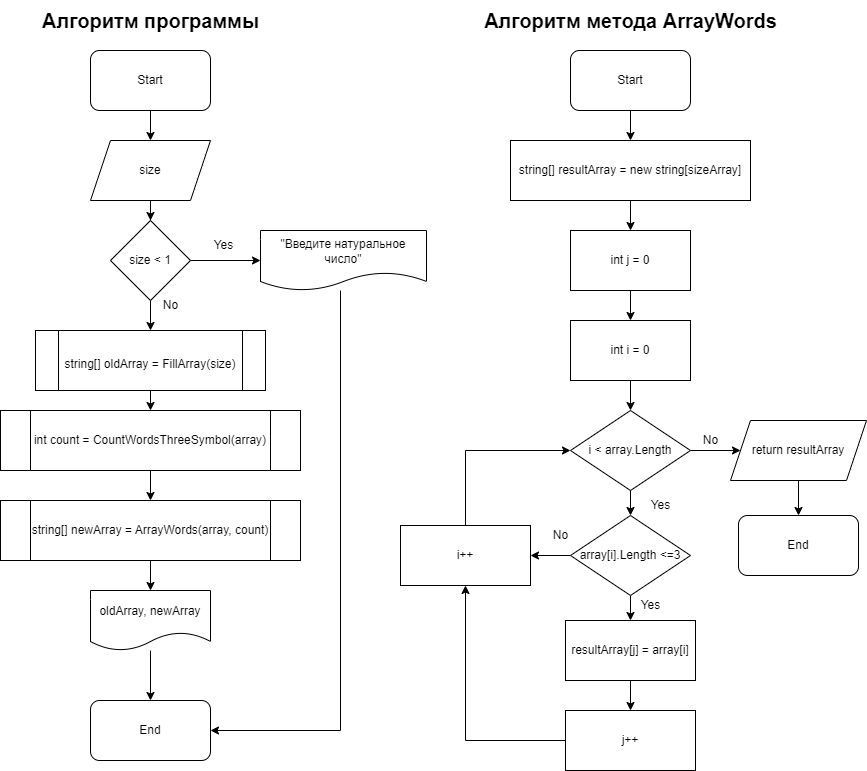
Above: Блок-схема.png in AleksandrMatveev99/ControlWork (draw.io), before the change. Source tidied: cells renumbered, new cells last; positions are measured from the earlier drawing's top-left corner, leaving out a move shared by most shapes.
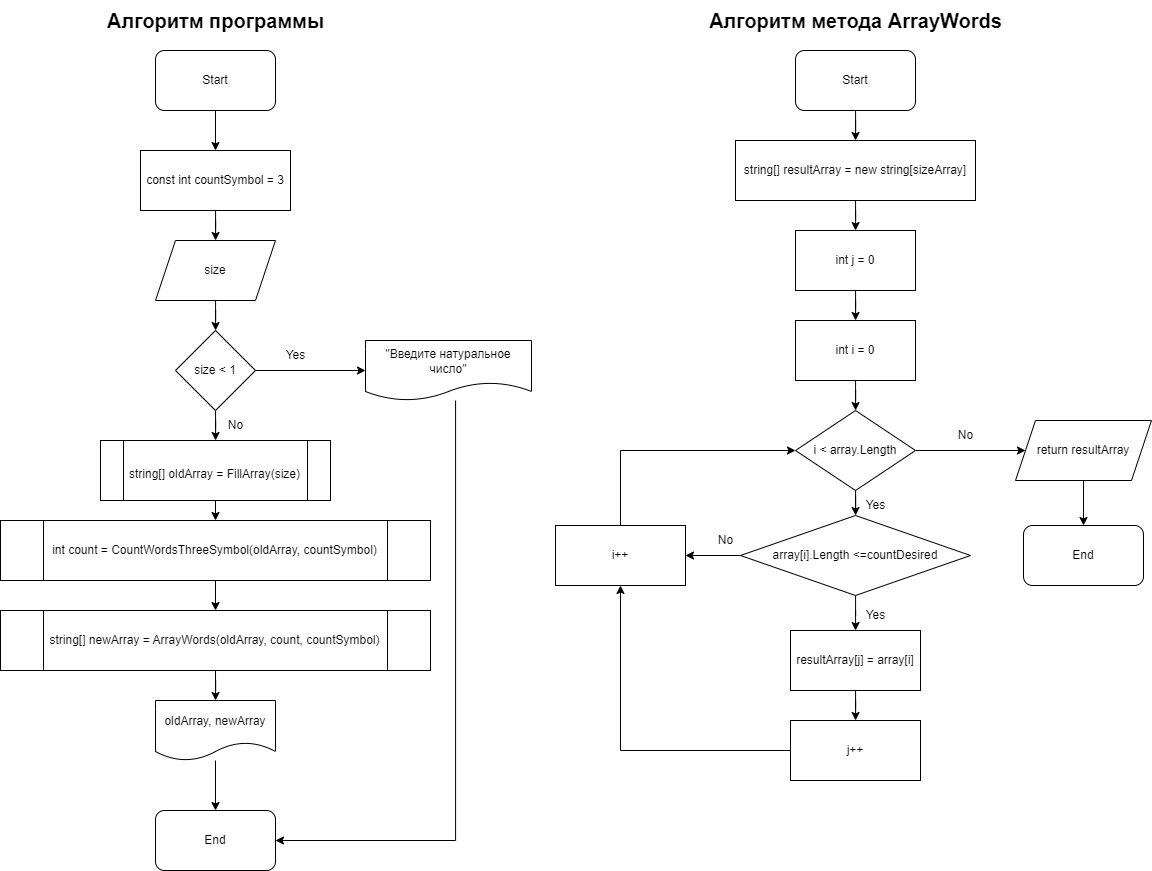
Above is the later version.

Commit message:
Последние изменения блок-схемы

Change to the diagram source:
```diff
@@ -2,97 +2,95 @@
   <root>
     <mxCell id="0" />
     <mxCell id="1" parent="0" />
-    <mxCell id="2" style="edgeStyle=orthogonalEdgeStyle;rounded=0;jettySize=auto;html=1;" parent="1" edge="1" source="3" target="5">
-      <mxGeometry relative="1" as="geometry" />
-    </mxCell>
+    <mxCell id="51" style="edgeStyle=orthogonalEdgeStyle;rounded=0;jettySize=auto;html=1;entryX=0.5;entryY=0;entryDx=0;entryDy=0;fontSize=12;" parent="1" edge="1" source="3" target="54">
+      <mxGeometry relative="1" as="geometry" />
+    </mxCell>
     <mxCell id="3" value="Start" style="rounded=1;whiteSpace=wrap;html=1;" parent="1" vertex="1">
       <mxGeometry x="90" y="50" width="120" height="60" as="geometry" />
     </mxCell>
-    <mxCell id="4" style="edgeStyle=orthogonalEdgeStyle;rounded=0;jettySize=auto;html=1;" parent="1" edge="1" source="5" target="9">
+    <mxCell id="4" style="edgeStyle=orthogonalEdgeStyle;rounded=0;jettySize=auto;html=1;fontSize=12;" parent="1" edge="1" source="5" target="9">
       <mxGeometry relative="1" as="geometry" />
     </mxCell>
     <mxCell id="5" value="size" style="shape=parallelogram;perimeter=parallelogramPerimeter;whiteSpace=wrap;html=1;fixedSize=1;" parent="1" vertex="1">
-      <mxGeometry x="90" y="140" width="120" height="60" as="geometry" />
+      <mxGeometry x="90" y="240" width="120" height="60" as="geometry" />
     </mxCell>
     <mxCell id="6" style="edgeStyle=orthogonalEdgeStyle;rounded=0;orthogonalLoop=1;jettySize=auto;html=1;" parent="1" edge="1">
       <mxGeometry relative="1" as="geometry">
-        <mxPoint x="150" y="390" as="sourcePoint" />
-        <mxPoint x="150" y="410" as="targetPoint" />
+        <mxPoint x="150" y="500" as="sourcePoint" />
+        <mxPoint x="150" y="520" as="targetPoint" />
       </mxGeometry>
     </mxCell>
-    <mxCell id="7" style="edgeStyle=orthogonalEdgeStyle;rounded=0;jettySize=auto;html=1;" parent="1" edge="1" source="9">
-      <mxGeometry relative="1" as="geometry">
-        <mxPoint x="150" y="330" as="targetPoint" />
-      </mxGeometry>
-    </mxCell>
     <mxCell id="8" style="edgeStyle=orthogonalEdgeStyle;rounded=0;jettySize=auto;html=1;" parent="1" edge="1" source="9" target="17">
       <mxGeometry relative="1" as="geometry" />
     </mxCell>
+    <mxCell id="52" style="edgeStyle=orthogonalEdgeStyle;rounded=0;jettySize=auto;html=1;fontSize=12;" parent="1" edge="1" source="9" target="23">
+      <mxGeometry relative="1" as="geometry" />
+    </mxCell>
     <mxCell id="9" value="size &amp;lt; 1" style="rhombus;whiteSpace=wrap;html=1;" parent="1" vertex="1">
-      <mxGeometry x="110" y="220" width="80" height="80" as="geometry" />
+      <mxGeometry x="110" y="330" width="80" height="80" as="geometry" />
     </mxCell>
     <mxCell id="10" value="End" style="rounded=1;whiteSpace=wrap;html=1;" parent="1" vertex="1">
-      <mxGeometry x="90" y="700" width="120" height="60" as="geometry" />
+      <mxGeometry x="90" y="810" width="120" height="60" as="geometry" />
     </mxCell>
     <mxCell id="11" style="edgeStyle=orthogonalEdgeStyle;rounded=0;orthogonalLoop=1;jettySize=auto;html=1;" parent="1" edge="1">
       <mxGeometry relative="1" as="geometry">
-        <mxPoint x="150" y="470" as="sourcePoint" />
-        <mxPoint x="150" y="500" as="targetPoint" />
+        <mxPoint x="150" y="580" as="sourcePoint" />
+        <mxPoint x="150" y="610" as="targetPoint" />
       </mxGeometry>
     </mxCell>
     <mxCell id="12" style="edgeStyle=orthogonalEdgeStyle;rounded=0;jettySize=auto;html=1;exitX=0.5;exitY=1;exitDx=0;exitDy=0;" parent="1" edge="1" target="14">
       <mxGeometry relative="1" as="geometry">
-        <mxPoint x="150" y="560" as="sourcePoint" />
+        <mxPoint x="150" y="670" as="sourcePoint" />
       </mxGeometry>
     </mxCell>
     <mxCell id="13" style="edgeStyle=orthogonalEdgeStyle;rounded=0;jettySize=auto;html=1;" parent="1" edge="1" source="14" target="10">
       <mxGeometry relative="1" as="geometry" />
     </mxCell>
     <mxCell id="14" value="oldArray, newArray" style="shape=document;whiteSpace=wrap;html=1;boundedLbl=1;" parent="1" vertex="1">
-      <mxGeometry x="90" y="590" width="120" height="60" as="geometry" />
+      <mxGeometry x="90" y="700" width="120" height="60" as="geometry" />
     </mxCell>
     <mxCell id="15" value="Yes" style="text;html=1;align=center;verticalAlign=middle;strokeColor=none;fillColor=none;" parent="1" vertex="1">
-      <mxGeometry x="203" y="230" width="40" height="30" as="geometry" />
+      <mxGeometry x="210" y="340" width="40" height="30" as="geometry" />
     </mxCell>
     <mxCell id="16" style="edgeStyle=orthogonalEdgeStyle;rounded=0;jettySize=auto;html=1;entryX=1;entryY=0.5;entryDx=0;entryDy=0;" parent="1" edge="1" source="17" target="10">
       <mxGeometry relative="1" as="geometry">
         <Array as="points">
-          <mxPoint x="340" y="730" />
+          <mxPoint x="390" y="840" />
         </Array>
       </mxGeometry>
     </mxCell>
     <mxCell id="17" value="&quot;Введите натуральное число&quot;" style="shape=document;whiteSpace=wrap;html=1;boundedLbl=1;" parent="1" vertex="1">
-      <mxGeometry x="260" y="230" width="166" height="60" as="geometry" />
+      <mxGeometry x="300" y="340" width="166" height="60" as="geometry" />
     </mxCell>
     <mxCell id="18" value="No" style="text;html=1;align=center;verticalAlign=middle;strokeColor=none;fillColor=none;" parent="1" vertex="1">
-      <mxGeometry x="150" y="290" width="40" height="30" as="geometry" />
+      <mxGeometry x="150" y="410" width="40" height="30" as="geometry" />
     </mxCell>
     <mxCell id="19" value="&lt;font style=&quot;font-size: 20px;&quot;&gt;&lt;b&gt;Алгоритм программы&lt;/b&gt;&lt;/font&gt;" style="text;html=1;align=center;verticalAlign=middle;strokeColor=none;fillColor=none;" parent="1" vertex="1">
       <mxGeometry x="30" width="240" height="40" as="geometry" />
     </mxCell>
     <mxCell id="20" value="&lt;font style=&quot;font-size: 20px;&quot;&gt;&lt;b&gt;Алгоритм метода ArrayWords&lt;/b&gt;&lt;/font&gt;" style="text;html=1;align=center;verticalAlign=middle;strokeColor=none;fillColor=none;" parent="1" vertex="1">
-      <mxGeometry x="470" width="320" height="40" as="geometry" />
+      <mxGeometry x="630" width="320" height="40" as="geometry" />
     </mxCell>
     <mxCell id="21" style="edgeStyle=orthogonalEdgeStyle;rounded=0;jettySize=auto;html=1;fontSize=12;" parent="1" edge="1" source="22" target="27">
       <mxGeometry relative="1" as="geometry" />
     </mxCell>
     <mxCell id="22" value="Start" style="rounded=1;whiteSpace=wrap;html=1;" parent="1" vertex="1">
-      <mxGeometry x="570" y="50" width="120" height="60" as="geometry" />
+      <mxGeometry x="730" y="50" width="120" height="60" as="geometry" />
     </mxCell>
     <mxCell id="23" value="&lt;font style=&quot;font-size: 12px;&quot;&gt;string[] oldArray = FillArray(size)&lt;/font&gt;" style="shape=process;whiteSpace=wrap;html=1;backgroundOutline=1;fontSize=20;" parent="1" vertex="1">
-      <mxGeometry x="35" y="330" width="230" height="60" as="geometry" />
+      <mxGeometry x="35" y="440" width="230" height="60" as="geometry" />
     </mxCell>
-    <mxCell id="24" value="int count = CountWordsThreeSymbol(array)" style="shape=process;whiteSpace=wrap;html=1;backgroundOutline=1;fontSize=12;" parent="1" vertex="1">
-      <mxGeometry y="410" width="300" height="60" as="geometry" />
+    <mxCell id="24" value="int count = CountWordsThreeSymbol(oldArray, countSymbol)" style="shape=process;whiteSpace=wrap;html=1;backgroundOutline=1;fontSize=12;" parent="1" vertex="1">
+      <mxGeometry x="-65" y="520" width="430" height="60" as="geometry" />
     </mxCell>
-    <mxCell id="25" value="string[] newArray = ArrayWords(array, count)" style="shape=process;whiteSpace=wrap;html=1;backgroundOutline=1;fontSize=12;" parent="1" vertex="1">
-      <mxGeometry y="500" width="300" height="60" as="geometry" />
+    <mxCell id="25" value="string[] newArray = ArrayWords(oldArray, count, countSymbol)" style="shape=process;whiteSpace=wrap;html=1;backgroundOutline=1;fontSize=12;" parent="1" vertex="1">
+      <mxGeometry x="-65" y="610" width="430" height="60" as="geometry" />
     </mxCell>
     <mxCell id="26" style="edgeStyle=orthogonalEdgeStyle;rounded=0;jettySize=auto;html=1;fontSize=12;" parent="1" edge="1" source="27" target="34">
       <mxGeometry relative="1" as="geometry" />
     </mxCell>
     <mxCell id="27" value="string[] resultArray = new string[sizeArray]" style="rounded=0;whiteSpace=wrap;html=1;fontSize=12;" parent="1" vertex="1">
-      <mxGeometry x="510" y="140" width="240" height="60" as="geometry" />
+      <mxGeometry x="670" y="140" width="240" height="60" as="geometry" />
     </mxCell>
     <mxCell id="28" style="edgeStyle=orthogonalEdgeStyle;rounded=0;jettySize=auto;html=1;fontSize=12;" parent="1" edge="1" source="30" target="39">
       <mxGeometry relative="1" as="geometry" />
@@ -101,71 +99,77 @@
       <mxGeometry relative="1" as="geometry" />
     </mxCell>
     <mxCell id="30" value="i &amp;lt; array.Length" style="rhombus;whiteSpace=wrap;html=1;fontSize=12;" parent="1" vertex="1">
-      <mxGeometry x="570" y="410" width="120" height="80" as="geometry" />
+      <mxGeometry x="730" y="410" width="120" height="80" as="geometry" />
     </mxCell>
     <mxCell id="31" style="edgeStyle=orthogonalEdgeStyle;rounded=0;jettySize=auto;html=1;fontSize=12;" parent="1" edge="1" source="32" target="30">
       <mxGeometry relative="1" as="geometry" />
     </mxCell>
     <mxCell id="32" value="int i = 0" style="rounded=0;whiteSpace=wrap;html=1;fontSize=12;" parent="1" vertex="1">
-      <mxGeometry x="570" y="320" width="120" height="60" as="geometry" />
+      <mxGeometry x="730" y="320" width="120" height="60" as="geometry" />
     </mxCell>
     <mxCell id="33" style="edgeStyle=orthogonalEdgeStyle;rounded=0;jettySize=auto;html=1;fontSize=12;" parent="1" edge="1" source="34" target="32">
       <mxGeometry relative="1" as="geometry" />
     </mxCell>
     <mxCell id="34" value="int j = 0" style="rounded=0;whiteSpace=wrap;html=1;fontSize=12;" parent="1" vertex="1">
-      <mxGeometry x="570" y="230" width="120" height="60" as="geometry" />
+      <mxGeometry x="730" y="230" width="120" height="60" as="geometry" />
     </mxCell>
     <mxCell id="35" style="edgeStyle=orthogonalEdgeStyle;rounded=0;jettySize=auto;html=1;fontSize=12;" parent="1" edge="1" source="36" target="41">
       <mxGeometry relative="1" as="geometry" />
     </mxCell>
     <mxCell id="36" value="resultArray[j] = array[i]" style="rounded=0;whiteSpace=wrap;html=1;fontSize=12;" parent="1" vertex="1">
-      <mxGeometry x="565" y="620" width="130" height="60" as="geometry" />
+      <mxGeometry x="725" y="630" width="130" height="60" as="geometry" />
     </mxCell>
+    <mxCell id="38" style="edgeStyle=orthogonalEdgeStyle;rounded=0;jettySize=auto;html=1;fontSize=12;" parent="1" edge="1" source="39" target="43">
+      <mxGeometry relative="1" as="geometry" />
+    </mxCell>
     <mxCell id="37" style="edgeStyle=orthogonalEdgeStyle;rounded=0;jettySize=auto;html=1;fontSize=12;" parent="1" edge="1" source="39" target="36">
       <mxGeometry relative="1" as="geometry" />
     </mxCell>
-    <mxCell id="38" style="edgeStyle=orthogonalEdgeStyle;rounded=0;jettySize=auto;html=1;fontSize=12;" parent="1" edge="1" source="39" target="43">
-      <mxGeometry relative="1" as="geometry" />
-    </mxCell>
-    <mxCell id="39" value="array[i].Length &amp;lt;=3" style="rhombus;whiteSpace=wrap;html=1;fontSize=12;" parent="1" vertex="1">
-      <mxGeometry x="570" y="515" width="120" height="80" as="geometry" />
+    <mxCell id="39" value="array[i].Length &amp;lt;=countDesired" style="rhombus;whiteSpace=wrap;html=1;fontSize=12;" parent="1" vertex="1">
+      <mxGeometry x="675" y="515" width="230" height="80" as="geometry" />
     </mxCell>
     <mxCell id="40" style="edgeStyle=orthogonalEdgeStyle;rounded=0;jettySize=auto;html=1;fontSize=12;" parent="1" edge="1" source="41" target="43">
       <mxGeometry relative="1" as="geometry" />
     </mxCell>
     <mxCell id="41" value="j++" style="rounded=0;whiteSpace=wrap;html=1;fontSize=12;" parent="1" vertex="1">
-      <mxGeometry x="565" y="710" width="130" height="60" as="geometry" />
+      <mxGeometry x="725" y="720" width="130" height="60" as="geometry" />
     </mxCell>
     <mxCell id="42" style="edgeStyle=orthogonalEdgeStyle;rounded=0;jettySize=auto;html=1;entryX=0;entryY=0.5;entryDx=0;entryDy=0;fontSize=12;" parent="1" edge="1" source="43" target="30">
       <mxGeometry relative="1" as="geometry">
         <Array as="points">
-          <mxPoint x="465" y="450" />
+          <mxPoint x="555" y="450" />
         </Array>
       </mxGeometry>
     </mxCell>
     <mxCell id="43" value="i++" style="rounded=0;whiteSpace=wrap;html=1;fontSize=12;" parent="1" vertex="1">
-      <mxGeometry x="400" y="525" width="130" height="60" as="geometry" />
+      <mxGeometry x="490" y="525" width="130" height="60" as="geometry" />
     </mxCell>
     <mxCell id="44" style="edgeStyle=orthogonalEdgeStyle;rounded=0;jettySize=auto;html=1;fontSize=12;" parent="1" edge="1" source="45" target="46">
       <mxGeometry relative="1" as="geometry" />
     </mxCell>
     <mxCell id="45" value="return resultArray" style="shape=parallelogram;perimeter=parallelogramPerimeter;whiteSpace=wrap;html=1;fixedSize=1;" parent="1" vertex="1">
-      <mxGeometry x="730" y="420" width="136" height="60" as="geometry" />
+      <mxGeometry x="950" y="420" width="136" height="60" as="geometry" />
     </mxCell>
     <mxCell id="46" value="End" style="rounded=1;whiteSpace=wrap;html=1;" parent="1" vertex="1">
-      <mxGeometry x="738" y="515" width="120" height="60" as="geometry" />
+      <mxGeometry x="958" y="525" width="120" height="60" as="geometry" />
     </mxCell>
     <mxCell id="47" value="Yes" style="text;html=1;align=center;verticalAlign=middle;strokeColor=none;fillColor=none;fontSize=12;" parent="1" vertex="1">
-      <mxGeometry x="640" y="490" width="40" height="30" as="geometry" />
+      <mxGeometry x="790" y="490" width="40" height="30" as="geometry" />
     </mxCell>
     <mxCell id="48" value="Yes" style="text;html=1;align=center;verticalAlign=middle;strokeColor=none;fillColor=none;fontSize=12;" parent="1" vertex="1">
-      <mxGeometry x="630" y="590" width="40" height="30" as="geometry" />
+      <mxGeometry x="790" y="600" width="40" height="30" as="geometry" />
     </mxCell>
     <mxCell id="49" value="No" style="text;html=1;align=center;verticalAlign=middle;strokeColor=none;fillColor=none;fontSize=12;" parent="1" vertex="1">
-      <mxGeometry x="540" y="520" width="40" height="30" as="geometry" />
+      <mxGeometry x="640" y="525" width="40" height="30" as="geometry" />
     </mxCell>
     <mxCell id="50" value="No" style="text;html=1;align=center;verticalAlign=middle;strokeColor=none;fillColor=none;fontSize=12;" parent="1" vertex="1">
-      <mxGeometry x="690" y="425" width="40" height="30" as="geometry" />
+      <mxGeometry x="880" y="420" width="40" height="30" as="geometry" />
     </mxCell>
+    <mxCell id="53" style="edgeStyle=orthogonalEdgeStyle;rounded=0;jettySize=auto;html=1;fontSize=12;" parent="1" edge="1" source="54" target="5">
+      <mxGeometry relative="1" as="geometry" />
+    </mxCell>
+    <mxCell id="54" value="const int countSymbol = 3" style="rounded=0;whiteSpace=wrap;html=1;fontSize=12;" parent="1" vertex="1">
+      <mxGeometry x="75" y="150" width="150" height="60" as="geometry" />
+    </mxCell>
   </root>
 </mxGraphModel>
```
